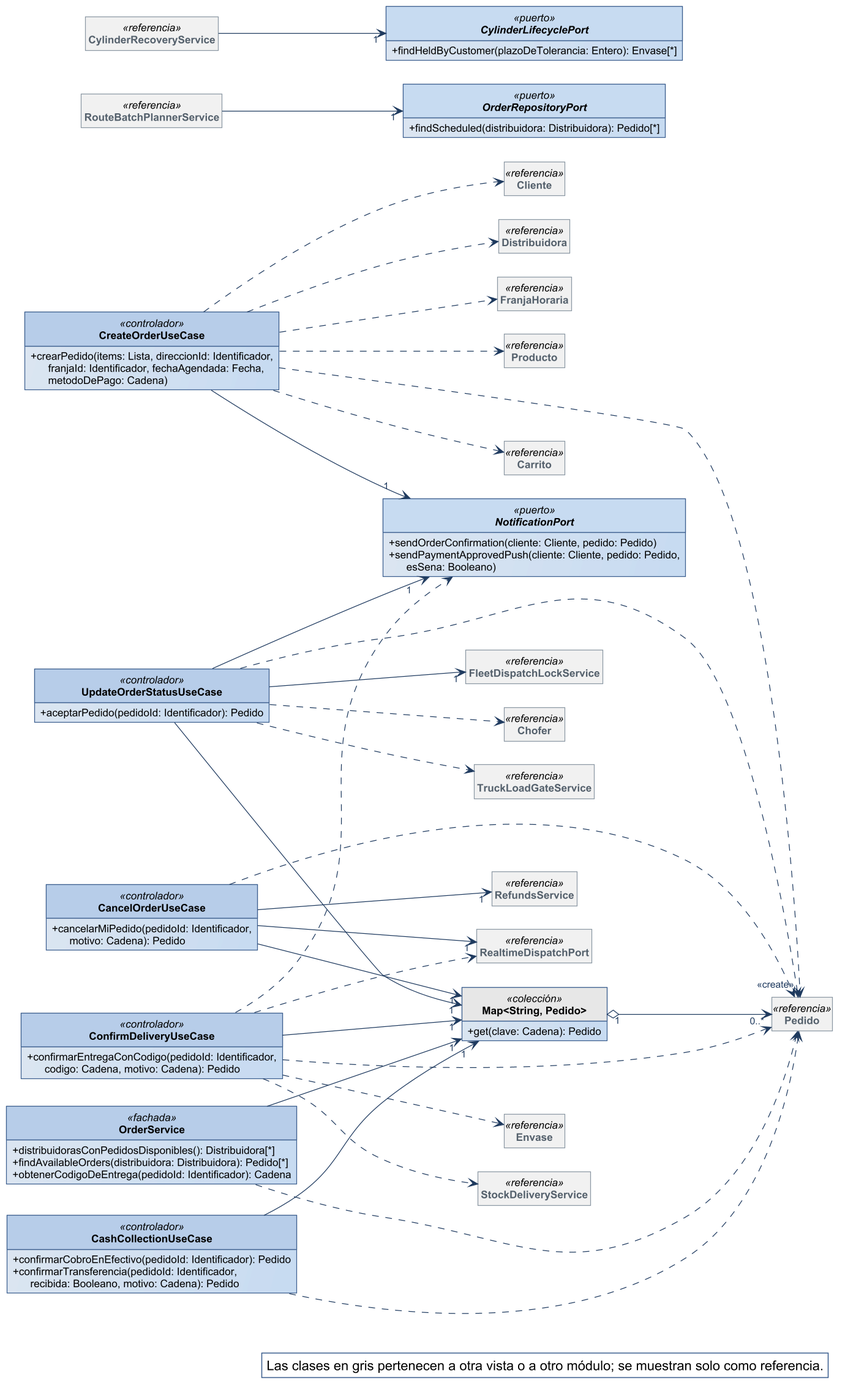
Before: diagramas/clases-diseno/DC_Mod_Pedidos.png, a diagram exported from PlantUML (Nahuelito-Dev/splg-docs). Source of this version:
```plantuml
@startuml
!include ../estilo-vp.iuml
skinparam nodesep 40
skinparam ranksep 55
skinparam genericDisplay old
skinparam class<<referencia>> {
  BackgroundColor #F1F1F1
  BorderColor #8A97A3
  FontColor #55616C
}
skinparam class<<fachada>> {
  HeaderBackgroundColor #B7CDE8
}
skinparam class<<controlador>> {
  HeaderBackgroundColor #B7CDE8
}
skinparam class<<fabricación pura>> {
  HeaderBackgroundColor #E4ECF6
}
skinparam class<<colección>> {
  HeaderBackgroundColor #E6E6E6
}
skinparam class<<adaptador>> {
  HeaderBackgroundColor #D5E3F3
}
skinparam packageStyle rectangle
hide circle
hide empty members

left to right direction
skinparam nodesep 25
skinparam ranksep 90
class CreateOrderUseCase <<controlador>> {
  + crearPedido(items: Lista, direccionId: Identificador,\n      franjaId: Identificador, fechaAgendada: Fecha,\n      metodoDePago: Cadena)
}
class CancelOrderUseCase <<controlador>> {
  + cancelarMiPedido(pedidoId: Identificador,\n      motivo: Cadena): Pedido
}
class OrderService <<fachada>> {
  + distribuidorasConPedidosDisponibles(): Distribuidora[*]
  + findAvailableOrders(distribuidora: Distribuidora): Pedido[*]
  + obtenerCodigoDeEntrega(pedidoId: Identificador): Cadena
}
class UpdateOrderStatusUseCase <<controlador>> {
  + aceptarPedido(pedidoId: Identificador): Pedido
}
class ConfirmDeliveryUseCase <<controlador>> {
  + confirmarEntregaConCodigo(pedidoId: Identificador,\n      codigo: Cadena, motivo: Cadena): Pedido
}
class CashCollectionUseCase <<controlador>> {
  + confirmarCobroEnEfectivo(pedidoId: Identificador): Pedido
  + confirmarTransferencia(pedidoId: Identificador,\n      recibida: Booleano, motivo: Cadena): Pedido
}
interface NotificationPort <<puerto>> {
  + sendOrderConfirmation(cliente: Cliente, pedido: Pedido)
  + sendPaymentApprovedPush(cliente: Cliente, pedido: Pedido,\n      esSena: Booleano)
}
class "Map<String, Pedido>" as Map_String_Pedido <<colección>> {
  + get(clave: Cadena): Pedido
}
interface OrderRepositoryPort <<puerto>> {
  + findScheduled(distribuidora: Distribuidora): Pedido[*]
}
interface CylinderLifecyclePort <<puerto>> {
  + findHeldByCustomer(plazoDeTolerancia: Entero): Envase[*]
}
class Pedido <<referencia>>
class RealtimeDispatchPort <<referencia>>
class RefundsService <<referencia>>
class FleetDispatchLockService <<referencia>>
class Envase <<referencia>>
class StockDeliveryService <<referencia>>
class Carrito <<referencia>>
class Cliente <<referencia>>
class Distribuidora <<referencia>>
class FranjaHoraria <<referencia>>
class Producto <<referencia>>
class Chofer <<referencia>>
class TruckLoadGateService <<referencia>>
class RouteBatchPlannerService <<referencia>>
class CylinderRecoveryService <<referencia>>

Map_String_Pedido "1" o--> "0..*" Pedido
CancelOrderUseCase --> "1" Map_String_Pedido
CancelOrderUseCase --> "1" RealtimeDispatchPort
CancelOrderUseCase --> "1" RefundsService
CashCollectionUseCase --> "1" Map_String_Pedido
ConfirmDeliveryUseCase --> "1" Map_String_Pedido
CreateOrderUseCase --> "1" NotificationPort
OrderService --> "1" Map_String_Pedido
UpdateOrderStatusUseCase --> "1" FleetDispatchLockService
UpdateOrderStatusUseCase --> "1" Map_String_Pedido
UpdateOrderStatusUseCase --> "1" NotificationPort
CancelOrderUseCase ..> Pedido
CashCollectionUseCase ..> Pedido
ConfirmDeliveryUseCase ..> Envase
ConfirmDeliveryUseCase ..> NotificationPort
ConfirmDeliveryUseCase ..> Pedido
ConfirmDeliveryUseCase ..> RealtimeDispatchPort
ConfirmDeliveryUseCase ..> StockDeliveryService
CreateOrderUseCase ..> Carrito
CreateOrderUseCase ..> Cliente
CreateOrderUseCase ..> Distribuidora
CreateOrderUseCase ..> FranjaHoraria
CreateOrderUseCase ..> "<<create>>" Pedido
CreateOrderUseCase ..> Producto
OrderService ..> Pedido
UpdateOrderStatusUseCase ..> Chofer
UpdateOrderStatusUseCase ..> Pedido
UpdateOrderStatusUseCase ..> TruckLoadGateService
RouteBatchPlannerService --> "1" OrderRepositoryPort
CylinderRecoveryService --> "1" CylinderLifecyclePort

legend bottom right
  Las clases en gris pertenecen a otra vista o a otro módulo; se muestran solo como referencia.
endlegend
@enduml
```
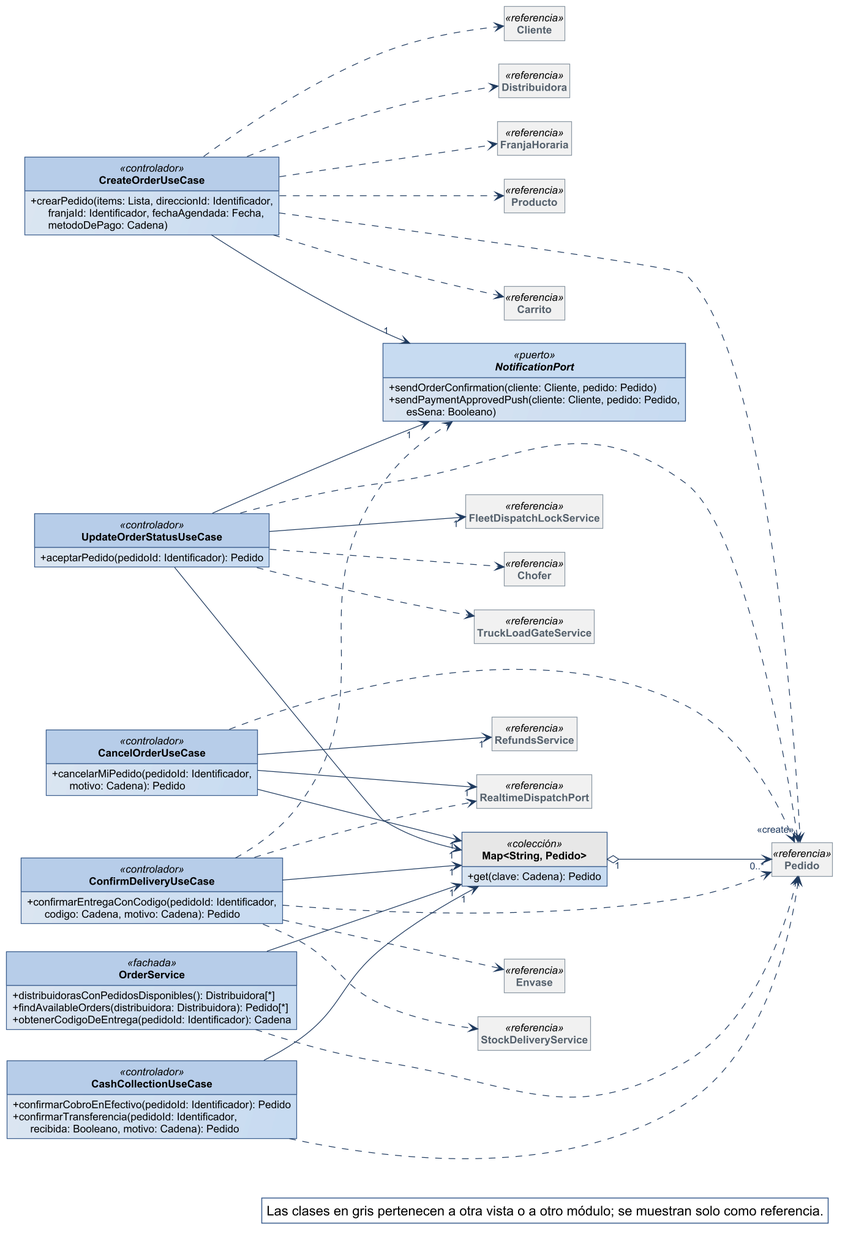
After the change.

Diff of the diagram source:
```diff
@@ -58,12 +58,6 @@
 class "Map<String, Pedido>" as Map_String_Pedido <<colección>> {
   + get(clave: Cadena): Pedido
 }
-interface OrderRepositoryPort <<puerto>> {
-  + findScheduled(distribuidora: Distribuidora): Pedido[*]
-}
-interface CylinderLifecyclePort <<puerto>> {
-  + findHeldByCustomer(plazoDeTolerancia: Entero): Envase[*]
-}
 class Pedido <<referencia>>
 class RealtimeDispatchPort <<referencia>>
 class RefundsService <<referencia>>
@@ -77,8 +71,6 @@
 class Producto <<referencia>>
 class Chofer <<referencia>>
 class TruckLoadGateService <<referencia>>
-class RouteBatchPlannerService <<referencia>>
-class CylinderRecoveryService <<referencia>>
 
 Map_String_Pedido "1" o--> "0..*" Pedido
 CancelOrderUseCase --> "1" Map_String_Pedido
@@ -108,8 +100,6 @@
 UpdateOrderStatusUseCase ..> Chofer
 UpdateOrderStatusUseCase ..> Pedido
 UpdateOrderStatusUseCase ..> TruckLoadGateService
-RouteBatchPlannerService --> "1" OrderRepositoryPort
-CylinderRecoveryService --> "1" CylinderLifecyclePort
 
 legend bottom right
   Las clases en gris pertenecen a otra vista o a otro módulo; se muestran solo como referencia.
```
